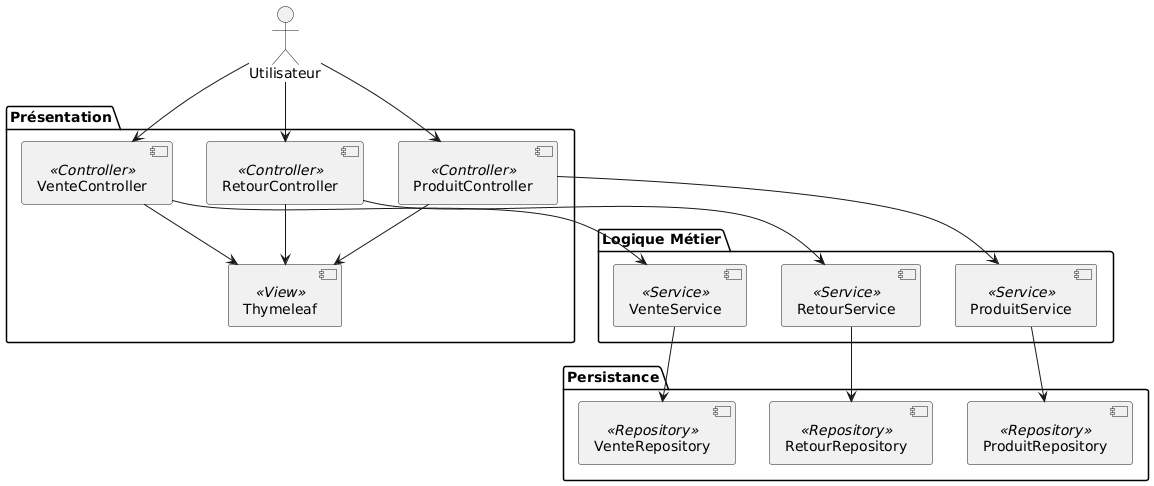
The PlantUML diagram img/diagrammeComposants.png in Anass1707/LOG430-labos, before a commit.
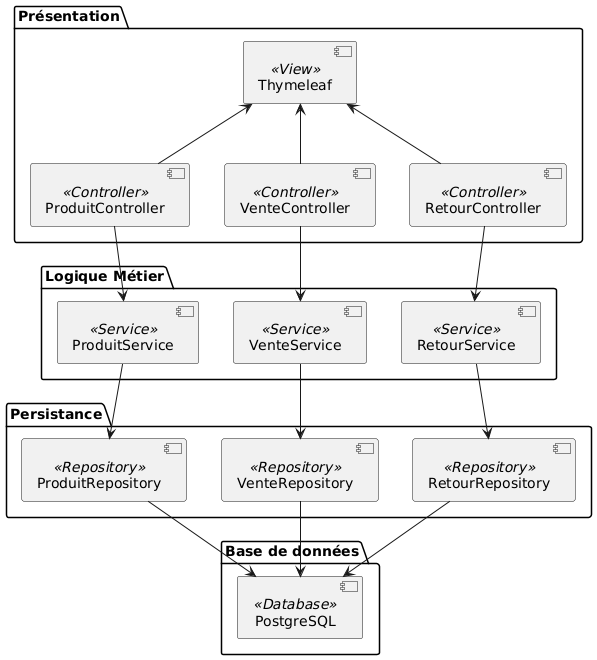
After the change.

Commit message:
maj doc (readme et diagramme de composants)

The edit, as a diff of the source:
```diff
@@ -1,6 +1,4 @@
 @startuml
-actor Utilisateur
-
 package "Présentation" {
   [ProduitController] <<Controller>>
   [VenteController] <<Controller>>
@@ -19,14 +17,12 @@
   [VenteRepository] <<Repository>>
   [RetourRepository] <<Repository>>
 }
-
-Utilisateur --> [ProduitController]
-Utilisateur --> [VenteController]
-Utilisateur --> [RetourController]
-
-[ProduitController] --> [Thymeleaf]
-[VenteController] --> [Thymeleaf]
-[RetourController] --> [Thymeleaf]
+package "Base de données" {
+  [PostgreSQL] <<Database>>
+}
+[ProduitController] -up-> [Thymeleaf]
+[VenteController] -up-> [Thymeleaf]
+[RetourController] -up-> [Thymeleaf]
 
 [ProduitController] --> [ProduitService]
 [VenteController] --> [VenteService]
@@ -35,4 +31,8 @@
 [ProduitService] --> [ProduitRepository]
 [VenteService] --> [VenteRepository]
 [RetourService] --> [RetourRepository]
+
+[ProduitRepository] --> [PostgreSQL]
+[VenteRepository] --> [PostgreSQL]
+[RetourRepository] --> [PostgreSQL]
 @enduml
```
